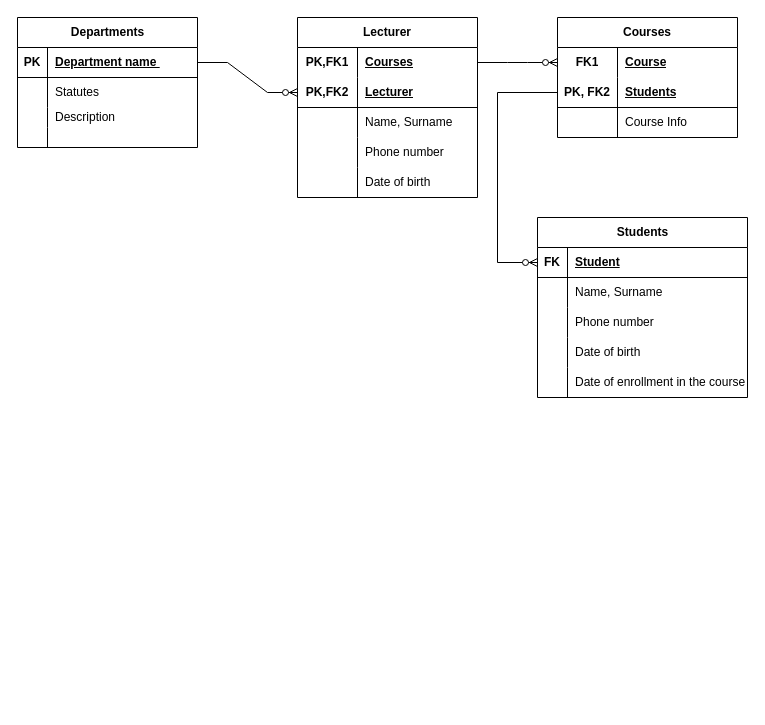
Above: page "Task 1" (1 of 3) of Untitled Diagram.drawio in JoaNIAS/Database-project-design (draw.io), before the change. Source tidied: cells renumbered, new cells numbered last; positions are measured from the earlier drawing's top-left corner, leaving out a move shared by most shapes. Both pictures are drawn from the tidied source at 100%, with x=0, y=0 at pixel (17, 17).
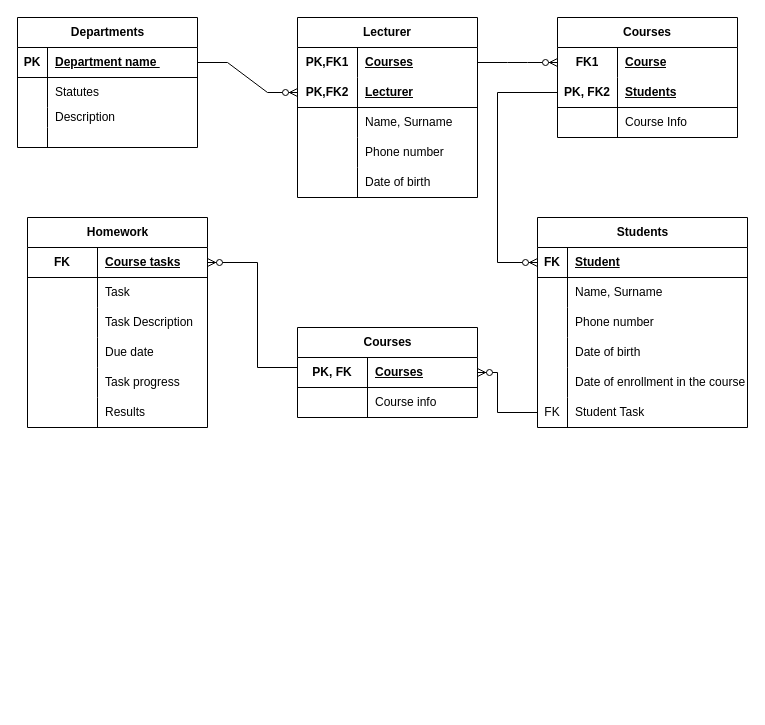
After the change.

Unchanged cells that the change refers to:
```xml
<mxCell id="4" style="shape=tableRow;horizontal=0;startSize=0;swimlaneHead=0;swimlaneBody=0;fillColor=none;points=[[0,0.5],[1,0.5]];portConstraint=eastwest;top=0;left=0;right=0;bottom=1;" parent="3" vertex="1">
  <mxGeometry y="30" width="180" height="30" as="geometry" />
</mxCell>
<mxCell id="20" style="shape=tableRow;horizontal=0;startSize=0;swimlaneHead=0;swimlaneBody=0;fillColor=none;points=[[0,0.5],[1,0.5]];portConstraint=eastwest;top=0;left=0;right=0;bottom=1;html=1;" parent="16" vertex="1">
  <mxGeometry y="60" width="180" height="30" as="geometry" />
</mxCell>
```

Change to the diagram source:
```diff
@@
     <mxCell id="2" style="edgeStyle=entityRelationEdgeStyle;fontSize=12;html=1;endArrow=ERzeroToMany;endFill=1;rounded=0;exitX=1;exitY=0.5;exitDx=0;exitDy=0;entryX=0;entryY=0.5;entryDx=0;entryDy=0;" parent="1" edge="1" source="4" target="20">
-      <mxGeometry relative="1" as="geometry" />
+      <mxGeometry relative="1" as="geometry">
+        <Array as="points">
+          <mxPoint x="230" y="40" />
+          <mxPoint x="210" y="80" />
+          <mxPoint x="200" y="70" />
+          <mxPoint x="210" y="70" />
+          <mxPoint x="220" y="70" />
+          <mxPoint x="230" y="45" />
+        </Array>
+      </mxGeometry>
     </mxCell>
@@
     <mxCell id="33" value="Students" style="shape=table;startSize=30;childLayout=tableLayout;rowLines=0;fontStyle=1;align=center;html=1;" parent="1" vertex="1">
-      <mxGeometry x="520" y="200" width="210" height="180" as="geometry" />
+      <mxGeometry x="520" y="200" width="210" height="210" as="geometry" />
     </mxCell>
@@
+    <mxCell id="60" style="shape=tableRow;horizontal=0;startSize=0;swimlaneHead=0;swimlaneBody=0;fillColor=none;points=[[0,0.5],[1,0.5]];portConstraint=eastwest;top=0;left=0;right=0;bottom=0;" parent="33" vertex="1">
+      <mxGeometry y="180" width="210" height="30" as="geometry" />
+    </mxCell>
+    <mxCell id="61" value="FK" style="shape=partialRectangle;fillColor=none;top=0;left=0;bottom=0;right=0;overflow=hidden;whiteSpace=wrap;html=1;" parent="60" vertex="1">
+      <mxGeometry width="30" height="30" as="geometry" />
+    </mxCell>
+    <mxCell id="62" value="Student Task&amp;nbsp;" style="shape=partialRectangle;fillColor=none;top=0;left=0;bottom=0;right=0;align=left;spacingLeft=6;overflow=hidden;whiteSpace=wrap;html=1;" parent="60" vertex="1">
+      <mxGeometry x="30" width="180" height="30" as="geometry" />
+    </mxCell>
@@
+    <mxCell id="63" value="Courses" style="shape=table;startSize=30;childLayout=tableLayout;rowLines=0;fontStyle=1;align=center;html=1;" parent="1" vertex="1">
+      <mxGeometry x="280" y="310" width="180" height="90" as="geometry" />
+    </mxCell>
+    <mxCell id="64" style="shape=tableRow;horizontal=0;startSize=0;swimlaneHead=0;swimlaneBody=0;fillColor=none;points=[[0,0.5],[1,0.5]];portConstraint=eastwest;top=0;left=0;right=0;bottom=1;" parent="63" vertex="1">
+      <mxGeometry y="30" width="180" height="30" as="geometry" />
+    </mxCell>
+    <mxCell id="65" value="PK, FK" style="shape=partialRectangle;fillColor=none;top=0;left=0;bottom=0;right=0;fontStyle=1;overflow=hidden;whiteSpace=wrap;html=1;" parent="64" vertex="1">
+      <mxGeometry width="70" height="30" as="geometry" />
+    </mxCell>
+    <mxCell id="66" value="Courses" style="shape=partialRectangle;fillColor=none;top=0;left=0;bottom=0;right=0;align=left;spacingLeft=6;fontStyle=5;overflow=hidden;whiteSpace=wrap;html=1;" parent="64" vertex="1">
+      <mxGeometry x="70" width="110" height="30" as="geometry" />
+    </mxCell>
+    <mxCell id="67" style="shape=tableRow;horizontal=0;startSize=0;swimlaneHead=0;swimlaneBody=0;fillColor=none;top=0;left=0;right=0;bottom=0;" parent="63" vertex="1">
+      <mxGeometry y="60" width="180" height="30" as="geometry" />
+    </mxCell>
+    <mxCell id="68" style="shape=partialRectangle;fillColor=none;top=0;left=0;bottom=0;right=0;overflow=hidden;whiteSpace=wrap;html=1;" parent="67" vertex="1">
+      <mxGeometry width="70" height="30" as="geometry" />
+    </mxCell>
+    <mxCell id="69" value="Course info" style="shape=partialRectangle;fillColor=none;top=0;left=0;bottom=0;right=0;align=left;spacingLeft=6;overflow=hidden;whiteSpace=wrap;html=1;" parent="67" vertex="1">
+      <mxGeometry x="70" width="110" height="30" as="geometry" />
+    </mxCell>
+    <mxCell id="70" style="shape=partialRectangle;fillColor=none;top=0;left=0;bottom=0;right=0;overflow=hidden;whiteSpace=wrap;html=1;" parent="1" vertex="1">
+      <mxGeometry x="560" y="540" width="70" height="30" as="geometry" />
+    </mxCell>
+    <mxCell id="71" style="shape=partialRectangle;fillColor=none;top=0;left=0;bottom=0;right=0;overflow=hidden;whiteSpace=wrap;html=1;" parent="1" vertex="1">
+      <mxGeometry x="560" y="570" width="70" height="30" as="geometry" />
+    </mxCell>
+    <mxCell id="72" style="shape=partialRectangle;fillColor=none;top=0;left=0;bottom=0;right=0;overflow=hidden;whiteSpace=wrap;html=1;" parent="1" vertex="1">
+      <mxGeometry x="560" y="600" width="70" height="30" as="geometry" />
+    </mxCell>
+    <mxCell id="73" style="shape=partialRectangle;fillColor=none;top=0;left=0;bottom=0;right=0;overflow=hidden;whiteSpace=wrap;html=1;" parent="1" vertex="1">
+      <mxGeometry x="560" y="630" width="70" height="30" as="geometry" />
+    </mxCell>
+    <mxCell id="74" style="shape=partialRectangle;fillColor=none;top=0;left=0;bottom=0;right=0;overflow=hidden;whiteSpace=wrap;html=1;" parent="1" vertex="1">
+      <mxGeometry x="560" y="660" width="70" height="30" as="geometry" />
+    </mxCell>
+    <mxCell id="75" value="Homework" style="shape=table;startSize=30;childLayout=tableLayout;rowLines=0;fontStyle=1;align=center;html=1;" parent="1" vertex="1">
+      <mxGeometry x="10" y="200" width="180" height="210" as="geometry" />
+    </mxCell>
+    <mxCell id="76" style="shape=tableRow;horizontal=0;startSize=0;swimlaneHead=0;swimlaneBody=0;fillColor=none;points=[[0,0.5],[1,0.5]];portConstraint=eastwest;top=0;left=0;right=0;bottom=1;" parent="75" vertex="1">
+      <mxGeometry y="30" width="180" height="30" as="geometry" />
+    </mxCell>
+    <mxCell id="77" value="FK" style="shape=partialRectangle;fillColor=none;top=0;left=0;bottom=0;right=0;fontStyle=1;overflow=hidden;whiteSpace=wrap;html=1;" parent="76" vertex="1">
+      <mxGeometry width="70" height="30" as="geometry" />
+    </mxCell>
+    <mxCell id="78" value="Course tasks" style="shape=partialRectangle;fillColor=none;top=0;left=0;bottom=0;right=0;align=left;spacingLeft=6;fontStyle=5;overflow=hidden;whiteSpace=wrap;html=1;" parent="76" vertex="1">
+      <mxGeometry x="70" width="110" height="30" as="geometry" />
+    </mxCell>
+    <mxCell id="79" style="shape=tableRow;horizontal=0;startSize=0;swimlaneHead=0;swimlaneBody=0;fillColor=none;top=0;left=0;right=0;bottom=0;" parent="75" vertex="1">
+      <mxGeometry y="60" width="180" height="30" as="geometry" />
+    </mxCell>
+    <mxCell id="80" style="shape=partialRectangle;fillColor=none;top=0;left=0;bottom=0;right=0;overflow=hidden;whiteSpace=wrap;html=1;" parent="79" vertex="1">
+      <mxGeometry width="70" height="30" as="geometry" />
+    </mxCell>
+    <mxCell id="81" value="Task" style="shape=partialRectangle;fillColor=none;top=0;left=0;bottom=0;right=0;align=left;spacingLeft=6;overflow=hidden;whiteSpace=wrap;html=1;" parent="79" vertex="1">
+      <mxGeometry x="70" width="110" height="30" as="geometry" />
+    </mxCell>
+    <mxCell id="82" style="shape=tableRow;horizontal=0;startSize=0;swimlaneHead=0;swimlaneBody=0;fillColor=none;top=0;left=0;right=0;bottom=0;" parent="75" vertex="1">
+      <mxGeometry y="90" width="180" height="30" as="geometry" />
+    </mxCell>
+    <mxCell id="83" style="shape=partialRectangle;fillColor=none;top=0;left=0;bottom=0;right=0;overflow=hidden;whiteSpace=wrap;html=1;" parent="82" vertex="1">
+      <mxGeometry width="70" height="30" as="geometry" />
+    </mxCell>
+    <mxCell id="84" value="Task Description&amp;nbsp;" style="shape=partialRectangle;fillColor=none;top=0;left=0;bottom=0;right=0;align=left;spacingLeft=6;overflow=hidden;whiteSpace=wrap;html=1;" parent="82" vertex="1">
+      <mxGeometry x="70" width="110" height="30" as="geometry" />
+    </mxCell>
+    <mxCell id="85" style="shape=tableRow;horizontal=0;startSize=0;swimlaneHead=0;swimlaneBody=0;fillColor=none;top=0;left=0;right=0;bottom=0;" parent="75" vertex="1">
+      <mxGeometry y="120" width="180" height="30" as="geometry" />
+    </mxCell>
+    <mxCell id="86" style="shape=partialRectangle;fillColor=none;top=0;left=0;bottom=0;right=0;overflow=hidden;whiteSpace=wrap;html=1;" parent="85" vertex="1">
+      <mxGeometry width="70" height="30" as="geometry" />
+    </mxCell>
+    <mxCell id="87" value="Due date" style="shape=partialRectangle;fillColor=none;top=0;left=0;bottom=0;right=0;align=left;spacingLeft=6;overflow=hidden;whiteSpace=wrap;html=1;" parent="85" vertex="1">
+      <mxGeometry x="70" width="110" height="30" as="geometry" />
+    </mxCell>
+    <mxCell id="88" style="shape=tableRow;horizontal=0;startSize=0;swimlaneHead=0;swimlaneBody=0;fillColor=none;top=0;left=0;right=0;bottom=0;" parent="75" vertex="1">
+      <mxGeometry y="150" width="180" height="30" as="geometry" />
+    </mxCell>
+    <mxCell id="89" style="shape=partialRectangle;fillColor=none;top=0;left=0;bottom=0;right=0;overflow=hidden;whiteSpace=wrap;html=1;" parent="88" vertex="1">
+      <mxGeometry width="70" height="30" as="geometry" />
+    </mxCell>
+    <mxCell id="90" value="Task progress" style="shape=partialRectangle;fillColor=none;top=0;left=0;bottom=0;right=0;align=left;spacingLeft=6;overflow=hidden;whiteSpace=wrap;html=1;" parent="88" vertex="1">
+      <mxGeometry x="70" width="110" height="30" as="geometry" />
+    </mxCell>
+    <mxCell id="91" style="shape=tableRow;horizontal=0;startSize=0;swimlaneHead=0;swimlaneBody=0;fillColor=none;top=0;left=0;right=0;bottom=0;" parent="75" vertex="1">
+      <mxGeometry y="180" width="180" height="30" as="geometry" />
+    </mxCell>
+    <mxCell id="92" style="shape=partialRectangle;fillColor=none;top=0;left=0;bottom=0;right=0;overflow=hidden;whiteSpace=wrap;html=1;" parent="91" vertex="1">
+      <mxGeometry width="70" height="30" as="geometry" />
+    </mxCell>
+    <mxCell id="93" value="Results" style="shape=partialRectangle;fillColor=none;top=0;left=0;bottom=0;right=0;align=left;spacingLeft=6;overflow=hidden;whiteSpace=wrap;html=1;" parent="91" vertex="1">
+      <mxGeometry x="70" width="110" height="30" as="geometry" />
+    </mxCell>
+    <mxCell id="94" style="fontSize=12;html=1;endArrow=ERzeroToMany;endFill=1;rounded=0;exitX=0;exitY=0.5;exitDx=0;exitDy=0;entryX=1;entryY=0.5;entryDx=0;entryDy=0;" parent="1" edge="1" source="60" target="64">
+      <mxGeometry relative="1" as="geometry">
+        <Array as="points">
+          <mxPoint x="480" y="395" />
+          <mxPoint x="480" y="355" />
+        </Array>
+      </mxGeometry>
+    </mxCell>
+    <mxCell id="95" style="fontSize=12;html=1;endArrow=ERzeroToMany;endFill=1;rounded=0;exitX=0;exitY=0.5;exitDx=0;exitDy=0;entryX=1;entryY=0.5;entryDx=0;entryDy=0;" parent="1" edge="1" target="76">
+      <mxGeometry relative="1" as="geometry">
+        <mxPoint x="280" y="350" as="sourcePoint" />
+        <Array as="points">
+          <mxPoint x="240" y="350" />
+          <mxPoint x="240" y="245" />
+        </Array>
+      </mxGeometry>
+    </mxCell>
```
